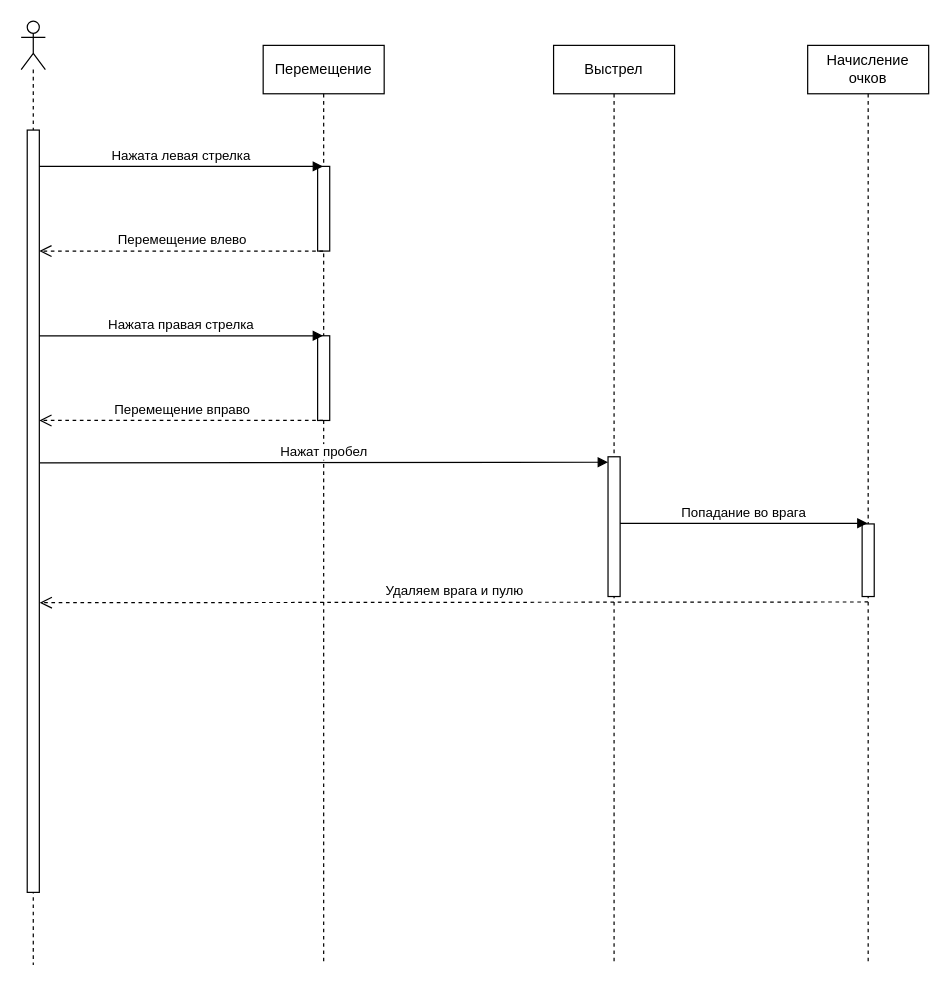
Before: posled_diagr/Перемещение и стрельба.drawio in postavtezachet/TRIPTO2, a draw.io diagram. Source tidied: cells renumbered, new cells numbered last; positions are measured from the earlier drawing's top-left corner, leaving out a move shared by most shapes. Both pictures are drawn from the tidied source at 121%, with x=0, y=0 at pixel (21, 21).
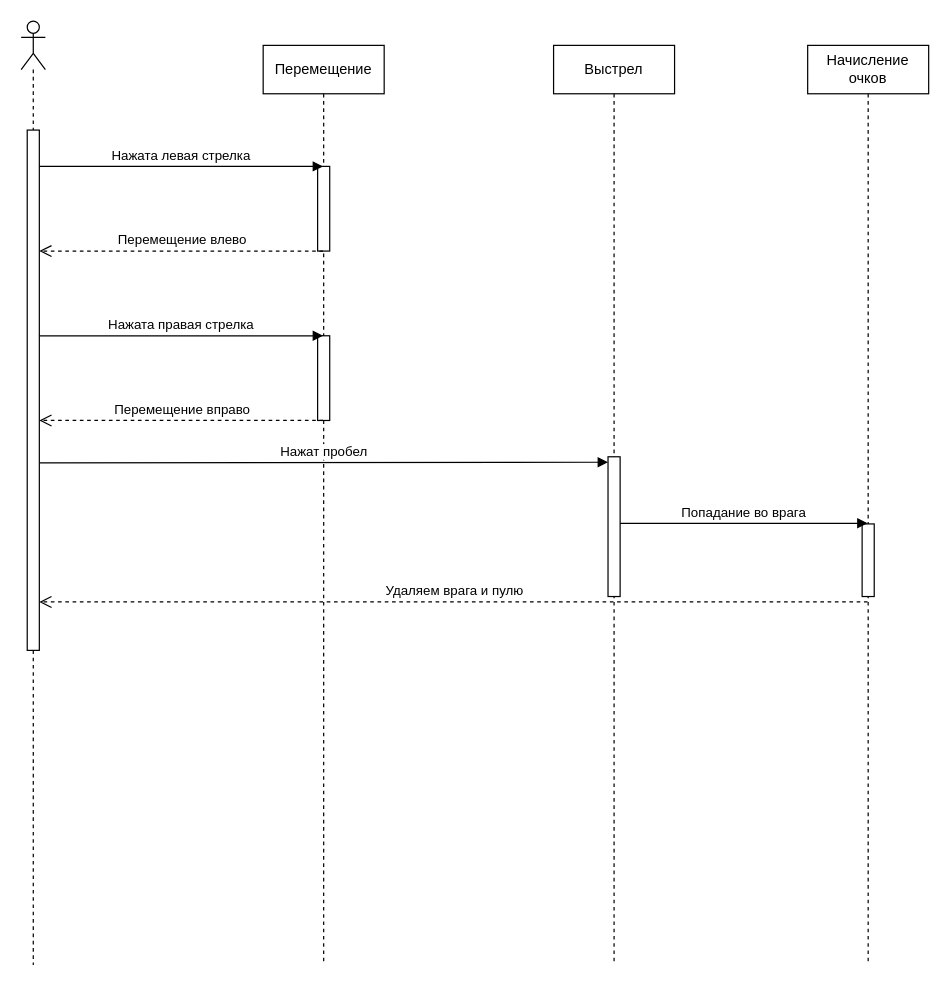
The same diagram, later.

The change refers to these unchanged cells:
```xml
<mxCell id="14" value="Начисление очков" style="shape=umlLifeline;perimeter=lifelinePerimeter;whiteSpace=wrap;html=1;outlineConnect=0;" parent="1" vertex="1">
  <mxGeometry x="650" y="20" width="100" height="760" as="geometry" />
</mxCell>
```

The edit, as a diff of the source:
```diff
@@
     <mxCell id="3" style="html=1;points=[];perimeter=orthogonalPerimeter;" parent="1" vertex="1">
-      <mxGeometry x="5" y="90" width="10" height="630" as="geometry" />
+      <mxGeometry x="5" y="90" width="10" height="430" as="geometry" />
     </mxCell>
@@
-    <mxCell id="17" value="Удаляем врага и пулю" style="html=1;verticalAlign=bottom;endArrow=open;dashed=1;endSize=8;entryX=1.032;entryY=0.62;entryDx=0;entryDy=0;entryPerimeter=0;" parent="1" edge="1" target="3">
+    <mxCell id="17" value="Удаляем врага и пулю" style="html=1;verticalAlign=bottom;endArrow=open;dashed=1;endSize=8;" parent="1" edge="1" source="14">
       <mxGeometry relative="1" as="geometry">
-        <mxPoint x="700" y="480" as="sourcePoint" />
+        <mxPoint x="15" y="480" as="targetPoint" />
       </mxGeometry>
     </mxCell>
```
